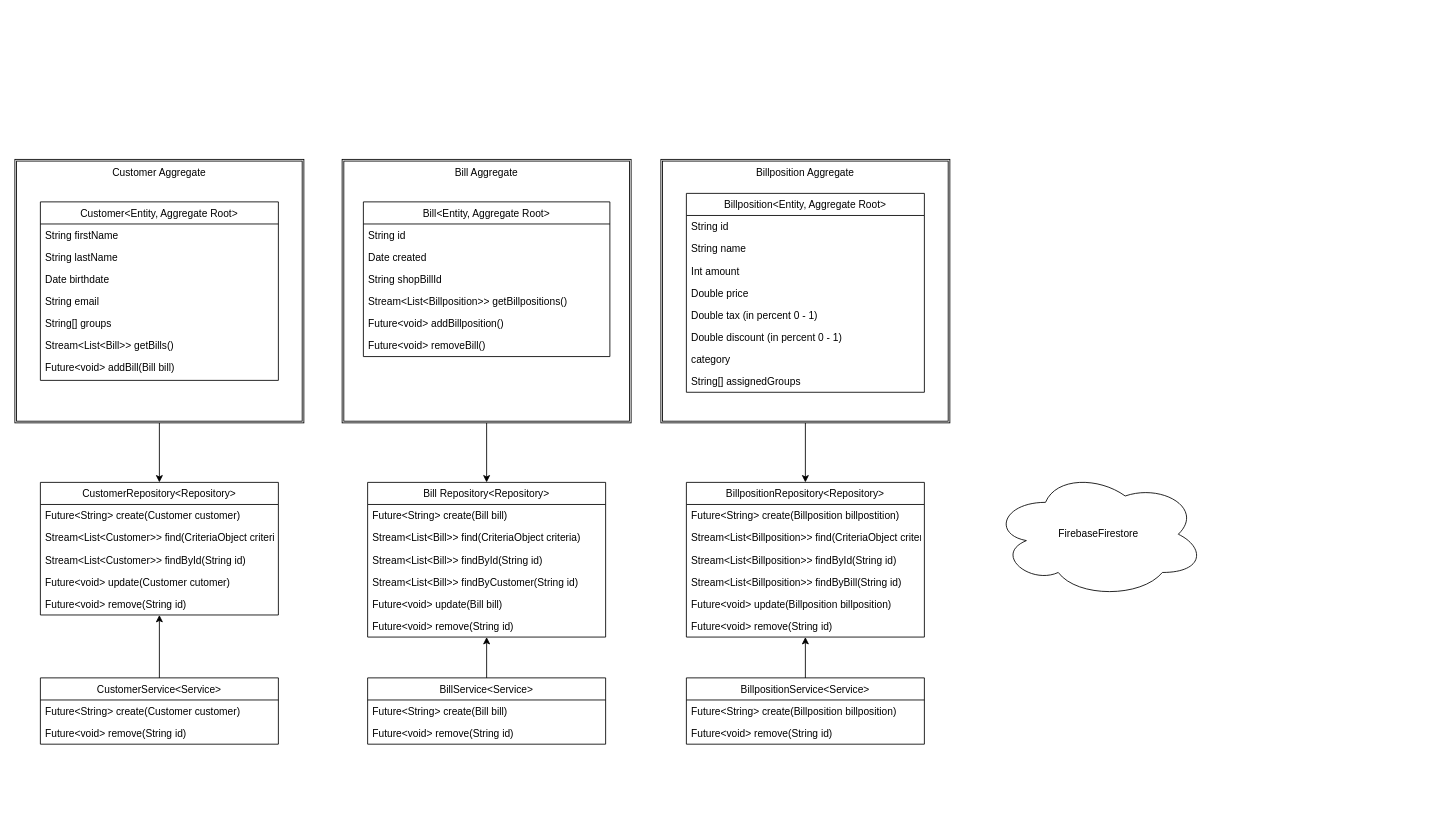
jangrunicke/Billsolution keeps this draw.io diagram as docs/ClassDiagram.drawio. Above is the earlier version. Source tidied: cells renumbered, new cells numbered last; positions are measured from the earlier drawing's top-left corner, leaving out a move shared by most shapes. Both pictures are drawn from the tidied source at 85%, with x=0, y=0 at pixel (14, 159).
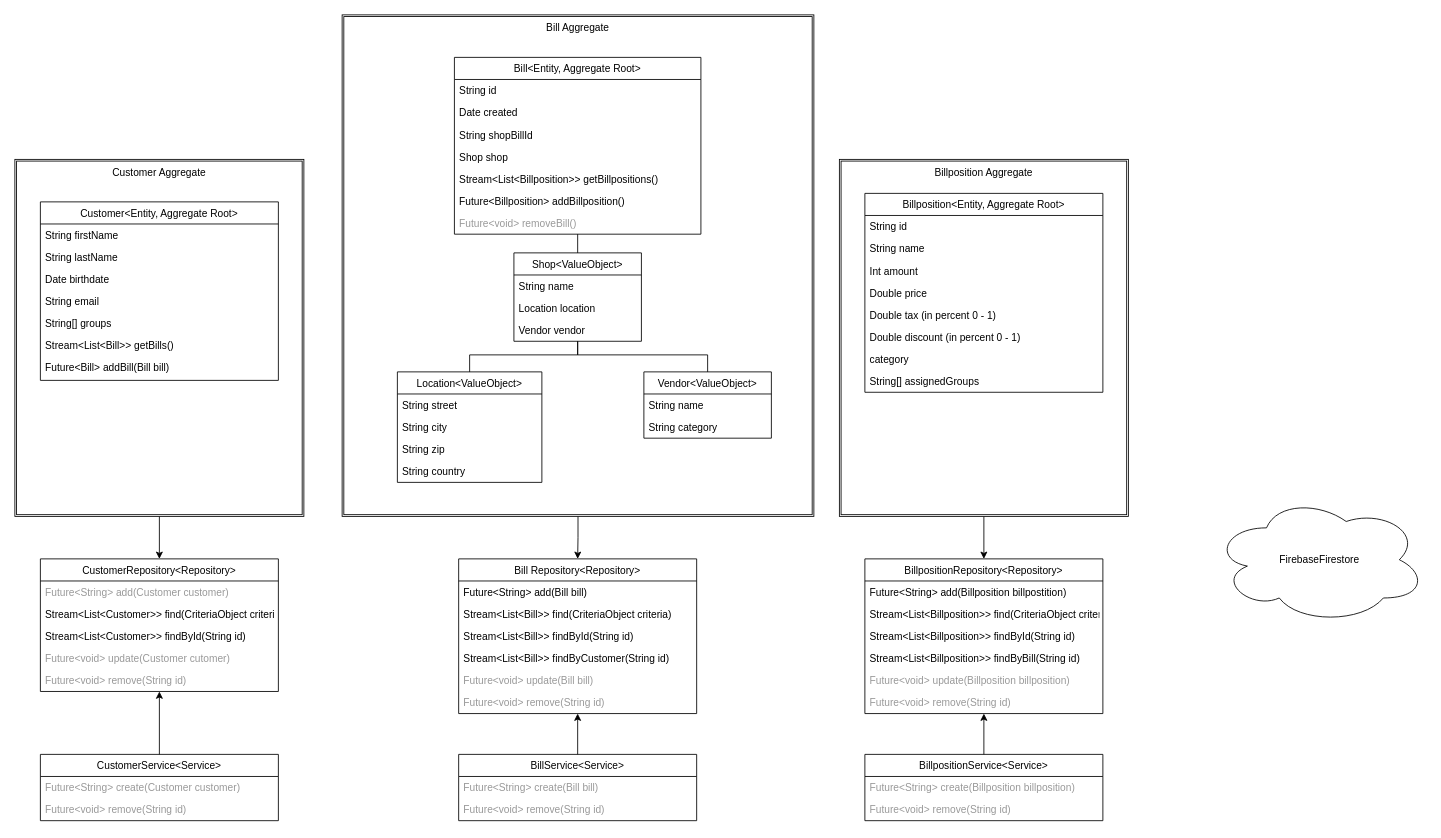
The same page after the edit.

Commit message (it also covers changes not shown here):
refactoring + update class diagram

The change refers to these unchanged cells:
```xml
<mxCell id="8" value="Customer&lt;Entity, Aggregate Root&gt;" style="swimlane;fontStyle=0;horizontal=1;startSize=26;fillColor=none;" parent="1" vertex="1">
  <mxGeometry x="30" y="50" width="280" height="210" as="geometry" />
</mxCell>
```

What changed in the source:
```diff
@@
     <mxCell id="3" value="Billposition Aggregate" style="shape=ext;double=1;rounded=0;whiteSpace=wrap;html=1;verticalAlign=top;" parent="1" vertex="1">
-      <mxGeometry x="760" width="340" height="310" as="geometry" />
+      <mxGeometry x="970" width="340" height="420" as="geometry" />
     </mxCell>
@@
     <mxCell id="5" value="Bill Aggregate" style="shape=ext;double=1;rounded=0;whiteSpace=wrap;html=1;verticalAlign=top;" parent="1" vertex="1">
-      <mxGeometry x="385" width="340" height="310" as="geometry" />
+      <mxGeometry x="385" y="-170" width="555" height="590" as="geometry" />
     </mxCell>
@@
     <mxCell id="7" value="Customer Aggregate" style="shape=ext;double=1;rounded=0;whiteSpace=wrap;html=1;verticalAlign=top;" parent="1" vertex="1">
-      <mxGeometry width="340" height="310" as="geometry" />
+      <mxGeometry width="340" height="420" as="geometry" />
     </mxCell>
@@
-    <mxCell id="15" value="Future&lt;void&gt; addBill(Bill bill)" style="text;strokeColor=none;fillColor=none;align=left;verticalAlign=top;spacingLeft=4;spacingRight=4;overflow=hidden;" parent="8" vertex="1">
+    <mxCell id="15" value="Future&lt;Bill&gt; addBill(Bill bill)" style="text;strokeColor=none;fillColor=none;align=left;verticalAlign=top;spacingLeft=4;spacingRight=4;overflow=hidden;" parent="8" vertex="1">
       <mxGeometry y="182" width="280" height="28" as="geometry" />
     </mxCell>
     <mxCell id="16" value="Bill&lt;Entity, Aggregate Root&gt;" style="swimlane;fontStyle=0;horizontal=1;startSize=26;fillColor=none;" parent="1" vertex="1">
-      <mxGeometry x="410" y="50" width="290" height="182" as="geometry" />
+      <mxGeometry x="517.1" y="-120" width="290" height="208" as="geometry" />
     </mxCell>
@@
+    <mxCell id="71" value="Shop shop" style="text;strokeColor=none;fillColor=none;align=left;verticalAlign=top;spacingLeft=4;spacingRight=4;overflow=hidden;" parent="16" vertex="1">
+      <mxGeometry y="104" width="290" height="26" as="geometry" />
+    </mxCell>
     <mxCell id="20" value="Stream&lt;List&lt;Billposition&gt;&gt; getBillpositions()" style="text;strokeColor=none;fillColor=none;align=left;verticalAlign=top;spacingLeft=4;spacingRight=4;overflow=hidden;" parent="16" vertex="1">
-      <mxGeometry y="104" width="290" height="26" as="geometry" />
+      <mxGeometry y="130" width="290" height="26" as="geometry" />
     </mxCell>
-    <mxCell id="21" value="Future&lt;void&gt; addBillposition()" style="text;strokeColor=none;fillColor=none;align=left;verticalAlign=top;spacingLeft=4;spacingRight=4;overflow=hidden;" parent="16" vertex="1">
-      <mxGeometry y="130" width="290" height="26" as="geometry" />
+    <mxCell id="21" value="Future&lt;Billposition&gt; addBillposition()" style="text;strokeColor=none;fillColor=none;align=left;verticalAlign=top;spacingLeft=4;spacingRight=4;overflow=hidden;" parent="16" vertex="1">
+      <mxGeometry y="156" width="290" height="26" as="geometry" />
     </mxCell>
-    <mxCell id="22" value="Future&lt;void&gt; removeBill()" style="text;strokeColor=none;fillColor=none;align=left;verticalAlign=top;spacingLeft=4;spacingRight=4;overflow=hidden;" parent="16" vertex="1">
-      <mxGeometry y="156" width="290" height="26" as="geometry" />
+    <mxCell id="22" value="&lt;font color=&quot;#999999&quot;&gt;Future&amp;lt;void&amp;gt; removeBill()&lt;/font&gt;" style="text;fillColor=none;align=left;verticalAlign=top;spacingLeft=4;spacingRight=4;overflow=hidden;fontStyle=0;html=1;horizontal=1;" parent="16" vertex="1">
+      <mxGeometry y="182" width="290" height="26" as="geometry" />
     </mxCell>
     <mxCell id="23" value="Billposition&lt;Entity, Aggregate Root&gt;" style="swimlane;fontStyle=0;horizontal=1;startSize=26;fillColor=none;" parent="1" vertex="1">
-      <mxGeometry x="790" y="40" width="280" height="234" as="geometry" />
+      <mxGeometry x="1000" y="40" width="280" height="234" as="geometry" />
     </mxCell>
@@
     <mxCell id="32" value="CustomerRepository&lt;Repository&gt;" style="swimlane;fontStyle=0;horizontal=1;startSize=26;fillColor=none;" parent="1" vertex="1">
-      <mxGeometry x="30" y="380" width="280" height="156" as="geometry" />
+      <mxGeometry x="30" y="470" width="280" height="156" as="geometry" />
     </mxCell>
-    <mxCell id="33" value="Future&lt;String&gt; create(Customer customer) " style="text;strokeColor=none;fillColor=none;align=left;verticalAlign=top;spacingLeft=4;spacingRight=4;overflow=hidden;" parent="32" vertex="1">
+    <mxCell id="33" value="Future&lt;String&gt; add(Customer customer) " style="text;strokeColor=none;fillColor=none;align=left;verticalAlign=top;spacingLeft=4;spacingRight=4;overflow=hidden;fontColor=#999999;" parent="32" vertex="1">
       <mxGeometry y="26" width="280" height="26" as="geometry" />
     </mxCell>
@@
-    <mxCell id="37" value="Future&lt;void&gt; update(Customer cutomer)" style="text;strokeColor=none;fillColor=none;align=left;verticalAlign=top;spacingLeft=4;spacingRight=4;overflow=hidden;" parent="32" vertex="1">
+    <mxCell id="37" value="Future&lt;void&gt; update(Customer cutomer)" style="text;strokeColor=none;fillColor=none;align=left;verticalAlign=top;spacingLeft=4;spacingRight=4;overflow=hidden;fontColor=#999999;" parent="32" vertex="1">
       <mxGeometry y="104" width="280" height="26" as="geometry" />
     </mxCell>
-    <mxCell id="38" value="Future&lt;void&gt; remove(String id)" style="text;strokeColor=none;fillColor=none;align=left;verticalAlign=top;spacingLeft=4;spacingRight=4;overflow=hidden;" parent="32" vertex="1">
+    <mxCell id="38" value="Future&lt;void&gt; remove(String id)" style="text;strokeColor=none;fillColor=none;align=left;verticalAlign=top;spacingLeft=4;spacingRight=4;overflow=hidden;fontColor=#999999;" parent="32" vertex="1">
       <mxGeometry y="130" width="280" height="26" as="geometry" />
     </mxCell>
     <mxCell id="39" value="Bill Repository&lt;Repository&gt;" style="swimlane;fontStyle=0;horizontal=1;startSize=26;fillColor=none;" parent="1" vertex="1">
-      <mxGeometry x="415" y="380" width="280" height="182" as="geometry" />
+      <mxGeometry x="522.1" y="470" width="280" height="182" as="geometry" />
     </mxCell>
-    <mxCell id="40" value="Future&lt;String&gt; create(Bill bill) " style="text;strokeColor=none;fillColor=none;align=left;verticalAlign=top;spacingLeft=4;spacingRight=4;overflow=hidden;" parent="39" vertex="1">
+    <mxCell id="40" value="Future&lt;String&gt; add(Bill bill) " style="text;strokeColor=none;fillColor=none;align=left;verticalAlign=top;spacingLeft=4;spacingRight=4;overflow=hidden;" parent="39" vertex="1">
       <mxGeometry y="26" width="280" height="26" as="geometry" />
     </mxCell>
@@
-    <mxCell id="45" value="Future&lt;void&gt; update(Bill bill)" style="text;strokeColor=none;fillColor=none;align=left;verticalAlign=top;spacingLeft=4;spacingRight=4;overflow=hidden;" parent="39" vertex="1">
+    <mxCell id="45" value="Future&lt;void&gt; update(Bill bill)" style="text;strokeColor=none;fillColor=none;align=left;verticalAlign=top;spacingLeft=4;spacingRight=4;overflow=hidden;fontColor=#999999;" parent="39" vertex="1">
       <mxGeometry y="130" width="280" height="26" as="geometry" />
     </mxCell>
-    <mxCell id="46" value="Future&lt;void&gt; remove(String id)" style="text;strokeColor=none;fillColor=none;align=left;verticalAlign=top;spacingLeft=4;spacingRight=4;overflow=hidden;" parent="39" vertex="1">
+    <mxCell id="46" value="Future&lt;void&gt; remove(String id)" style="text;strokeColor=none;fillColor=none;align=left;verticalAlign=top;spacingLeft=4;spacingRight=4;overflow=hidden;fontColor=#999999;" parent="39" vertex="1">
       <mxGeometry y="156" width="280" height="26" as="geometry" />
     </mxCell>
     <mxCell id="47" value="BillpositionRepository&lt;Repository&gt;" style="swimlane;fontStyle=0;horizontal=1;startSize=26;fillColor=none;" parent="1" vertex="1">
-      <mxGeometry x="790" y="380" width="280" height="182" as="geometry" />
+      <mxGeometry x="1000" y="470" width="280" height="182" as="geometry" />
     </mxCell>
-    <mxCell id="48" value="Future&lt;String&gt; create(Billposition billpostition) " style="text;strokeColor=none;fillColor=none;align=left;verticalAlign=top;spacingLeft=4;spacingRight=4;overflow=hidden;" parent="47" vertex="1">
+    <mxCell id="48" value="Future&lt;String&gt; add(Billposition billpostition) " style="text;strokeColor=none;fillColor=none;align=left;verticalAlign=top;spacingLeft=4;spacingRight=4;overflow=hidden;" parent="47" vertex="1">
       <mxGeometry y="26" width="280" height="26" as="geometry" />
     </mxCell>
@@
-    <mxCell id="53" value="Future&lt;void&gt; update(Billposition billposition)" style="text;strokeColor=none;fillColor=none;align=left;verticalAlign=top;spacingLeft=4;spacingRight=4;overflow=hidden;" parent="47" vertex="1">
+    <mxCell id="53" value="Future&lt;void&gt; update(Billposition billposition)" style="text;strokeColor=none;fillColor=none;align=left;verticalAlign=top;spacingLeft=4;spacingRight=4;overflow=hidden;fontColor=#999999;" parent="47" vertex="1">
       <mxGeometry y="130" width="280" height="26" as="geometry" />
     </mxCell>
-    <mxCell id="54" value="Future&lt;void&gt; remove(String id)" style="text;strokeColor=none;fillColor=none;align=left;verticalAlign=top;spacingLeft=4;spacingRight=4;overflow=hidden;" parent="47" vertex="1">
+    <mxCell id="54" value="Future&lt;void&gt; remove(String id)" style="text;strokeColor=none;fillColor=none;align=left;verticalAlign=top;spacingLeft=4;spacingRight=4;overflow=hidden;fontColor=#999999;" parent="47" vertex="1">
       <mxGeometry y="156" width="280" height="26" as="geometry" />
     </mxCell>
     <mxCell id="55" value="FirebaseFirestore" style="ellipse;shape=cloud;whiteSpace=wrap;html=1;" parent="1" vertex="1">
-      <mxGeometry x="1150" y="366" width="250" height="150" as="geometry" />
+      <mxGeometry x="1410" y="396" width="250" height="150" as="geometry" />
     </mxCell>
@@
     <mxCell id="57" value="CustomerService&lt;Service&gt;" style="swimlane;fontStyle=0;horizontal=1;startSize=26;fillColor=none;" parent="1" vertex="1">
-      <mxGeometry x="30" y="610" width="280" height="78" as="geometry" />
+      <mxGeometry x="30" y="700" width="280" height="78" as="geometry" />
     </mxCell>
-    <mxCell id="58" value="Future&lt;String&gt; create(Customer customer) " style="text;strokeColor=none;fillColor=none;align=left;verticalAlign=top;spacingLeft=4;spacingRight=4;overflow=hidden;" parent="57" vertex="1">
+    <mxCell id="58" value="Future&lt;String&gt; create(Customer customer) " style="text;strokeColor=none;fillColor=none;align=left;verticalAlign=top;spacingLeft=4;spacingRight=4;overflow=hidden;fontColor=#999999;" parent="57" vertex="1">
       <mxGeometry y="26" width="280" height="26" as="geometry" />
     </mxCell>
@@
-    <mxCell id="60" value="Future&lt;void&gt; remove(String id) " style="text;strokeColor=none;fillColor=none;align=left;verticalAlign=top;spacingLeft=4;spacingRight=4;overflow=hidden;" parent="57" vertex="1">
+    <mxCell id="60" value="Future&lt;void&gt; remove(String id) " style="text;strokeColor=none;fillColor=none;align=left;verticalAlign=top;spacingLeft=4;spacingRight=4;overflow=hidden;fontColor=#999999;" parent="57" vertex="1">
       <mxGeometry y="52" width="280" height="26" as="geometry" />
     </mxCell>
@@
     <mxCell id="62" value="BillService&lt;Service&gt;" style="swimlane;fontStyle=0;horizontal=1;startSize=26;fillColor=none;" parent="1" vertex="1">
-      <mxGeometry x="415" y="610" width="280" height="78" as="geometry" />
+      <mxGeometry x="522.1" y="700" width="280" height="78" as="geometry" />
     </mxCell>
-    <mxCell id="63" value="Future&lt;String&gt; create(Bill bill) " style="text;strokeColor=none;fillColor=none;align=left;verticalAlign=top;spacingLeft=4;spacingRight=4;overflow=hidden;" parent="62" vertex="1">
+    <mxCell id="63" value="Future&lt;String&gt; create(Bill bill) " style="text;strokeColor=none;fillColor=none;align=left;verticalAlign=top;spacingLeft=4;spacingRight=4;overflow=hidden;fontColor=#999999;" parent="62" vertex="1">
       <mxGeometry y="26" width="280" height="26" as="geometry" />
     </mxCell>
@@
-    <mxCell id="65" value="Future&lt;void&gt; remove(String id) " style="text;strokeColor=none;fillColor=none;align=left;verticalAlign=top;spacingLeft=4;spacingRight=4;overflow=hidden;" parent="62" vertex="1">
+    <mxCell id="65" value="Future&lt;void&gt; remove(String id) " style="text;strokeColor=none;fillColor=none;align=left;verticalAlign=top;spacingLeft=4;spacingRight=4;overflow=hidden;fontColor=#999999;" parent="62" vertex="1">
       <mxGeometry y="52" width="280" height="26" as="geometry" />
     </mxCell>
@@
     <mxCell id="67" value="BillpositionService&lt;Service&gt;" style="swimlane;fontStyle=0;horizontal=1;startSize=26;fillColor=none;" parent="1" vertex="1">
-      <mxGeometry x="790" y="610" width="280" height="78" as="geometry" />
+      <mxGeometry x="1000" y="700" width="280" height="78" as="geometry" />
     </mxCell>
-    <mxCell id="68" value="Future&lt;String&gt; create(Billposition billposition) " style="text;strokeColor=none;fillColor=none;align=left;verticalAlign=top;spacingLeft=4;spacingRight=4;overflow=hidden;" parent="67" vertex="1">
+    <mxCell id="68" value="Future&lt;String&gt; create(Billposition billposition) " style="text;strokeColor=none;fillColor=none;align=left;verticalAlign=top;spacingLeft=4;spacingRight=4;overflow=hidden;fontColor=#999999;" parent="67" vertex="1">
       <mxGeometry y="26" width="280" height="26" as="geometry" />
     </mxCell>
@@
-    <mxCell id="70" value="Future&lt;void&gt; remove(String id) " style="text;strokeColor=none;fillColor=none;align=left;verticalAlign=top;spacingLeft=4;spacingRight=4;overflow=hidden;" parent="67" vertex="1">
+    <mxCell id="70" value="Future&lt;void&gt; remove(String id) " style="text;strokeColor=none;fillColor=none;align=left;verticalAlign=top;spacingLeft=4;spacingRight=4;overflow=hidden;fontColor=#999999;" parent="67" vertex="1">
       <mxGeometry y="52" width="280" height="26" as="geometry" />
     </mxCell>
+    <mxCell id="72" style="edgeStyle=orthogonalEdgeStyle;rounded=0;jettySize=auto;html=1;fontColor=#999999;endArrow=none;endFill=0;" parent="1" edge="1" source="74" target="78">
+      <mxGeometry relative="1" as="geometry">
+        <Array as="points">
+          <mxPoint x="662" y="230" />
+          <mxPoint x="535" y="230" />
+        </Array>
+      </mxGeometry>
+    </mxCell>
+    <mxCell id="73" style="edgeStyle=orthogonalEdgeStyle;rounded=0;jettySize=auto;html=1;fontColor=#999999;endArrow=none;endFill=0;" parent="1" edge="1" source="74" target="83">
+      <mxGeometry relative="1" as="geometry">
+        <Array as="points">
+          <mxPoint x="662" y="230" />
+          <mxPoint x="815" y="230" />
+        </Array>
+      </mxGeometry>
+    </mxCell>
+    <mxCell id="74" value="Shop&lt;ValueObject&gt;" style="swimlane;fontStyle=0;horizontal=1;startSize=26;fillColor=none;" parent="1" vertex="1">
+      <mxGeometry x="587.1" y="110" width="150" height="104" as="geometry" />
+    </mxCell>
+    <mxCell id="75" value="String name" style="text;strokeColor=none;fillColor=none;align=left;verticalAlign=top;spacingLeft=4;spacingRight=4;overflow=hidden;" parent="74" vertex="1">
+      <mxGeometry y="26" width="150" height="26" as="geometry" />
+    </mxCell>
+    <mxCell id="76" value="Location location" style="text;strokeColor=none;fillColor=none;align=left;verticalAlign=top;spacingLeft=4;spacingRight=4;overflow=hidden;" parent="74" vertex="1">
+      <mxGeometry y="52" width="150" height="26" as="geometry" />
+    </mxCell>
+    <mxCell id="77" value="Vendor vendor" style="text;strokeColor=none;fillColor=none;align=left;verticalAlign=top;spacingLeft=4;spacingRight=4;overflow=hidden;" parent="74" vertex="1">
+      <mxGeometry y="78" width="150" height="26" as="geometry" />
+    </mxCell>
+    <mxCell id="78" value="Location&lt;ValueObject&gt;" style="swimlane;fontStyle=0;horizontal=1;startSize=26;fillColor=none;" parent="1" vertex="1">
+      <mxGeometry x="450" y="250" width="170" height="130" as="geometry" />
+    </mxCell>
+    <mxCell id="79" value="String street" style="text;strokeColor=none;fillColor=none;align=left;verticalAlign=top;spacingLeft=4;spacingRight=4;overflow=hidden;" parent="78" vertex="1">
+      <mxGeometry y="26" width="170" height="26" as="geometry" />
+    </mxCell>
+    <mxCell id="80" value="String city" style="text;strokeColor=none;fillColor=none;align=left;verticalAlign=top;spacingLeft=4;spacingRight=4;overflow=hidden;" parent="78" vertex="1">
+      <mxGeometry y="52" width="170" height="26" as="geometry" />
+    </mxCell>
+    <mxCell id="81" value="String zip" style="text;strokeColor=none;fillColor=none;align=left;verticalAlign=top;spacingLeft=4;spacingRight=4;overflow=hidden;" parent="78" vertex="1">
+      <mxGeometry y="78" width="170" height="26" as="geometry" />
+    </mxCell>
+    <mxCell id="82" value="String country" style="text;strokeColor=none;fillColor=none;align=left;verticalAlign=top;spacingLeft=4;spacingRight=4;overflow=hidden;" parent="78" vertex="1">
+      <mxGeometry y="104" width="170" height="26" as="geometry" />
+    </mxCell>
+    <mxCell id="83" value="Vendor&lt;ValueObject&gt;" style="swimlane;fontStyle=0;horizontal=1;startSize=26;fillColor=none;" parent="1" vertex="1">
+      <mxGeometry x="740" y="250" width="150" height="78" as="geometry" />
+    </mxCell>
+    <mxCell id="84" value="String name" style="text;strokeColor=none;fillColor=none;align=left;verticalAlign=top;spacingLeft=4;spacingRight=4;overflow=hidden;" parent="83" vertex="1">
+      <mxGeometry y="26" width="150" height="26" as="geometry" />
+    </mxCell>
+    <mxCell id="85" value="String category" style="text;strokeColor=none;fillColor=none;align=left;verticalAlign=top;spacingLeft=4;spacingRight=4;overflow=hidden;" parent="83" vertex="1">
+      <mxGeometry y="52" width="150" height="26" as="geometry" />
+    </mxCell>
+    <mxCell id="86" style="edgeStyle=orthogonalEdgeStyle;rounded=0;jettySize=auto;html=1;fontColor=#999999;endArrow=none;endFill=0;" parent="1" edge="1" source="16" target="74">
+      <mxGeometry relative="1" as="geometry">
+        <Array as="points">
+          <mxPoint x="662" y="110" />
+          <mxPoint x="662" y="110" />
+        </Array>
+      </mxGeometry>
+    </mxCell>
```
